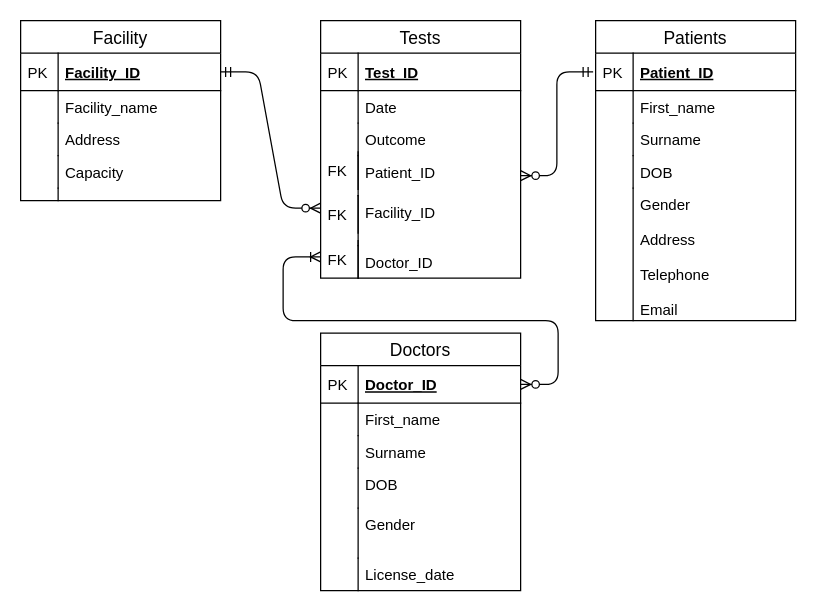
This is Documents/ProjectERD.drawio from HMatthewsQA/FundamentalProject, a draw.io file, before an edit. Source tidied: cells renumbered, new cells numbered last; positions are measured from the earlier drawing's top-left corner, leaving out a move shared by most shapes. Both pictures are drawn from the tidied source at 125%, with x=0, y=0 at pixel (20, 20).
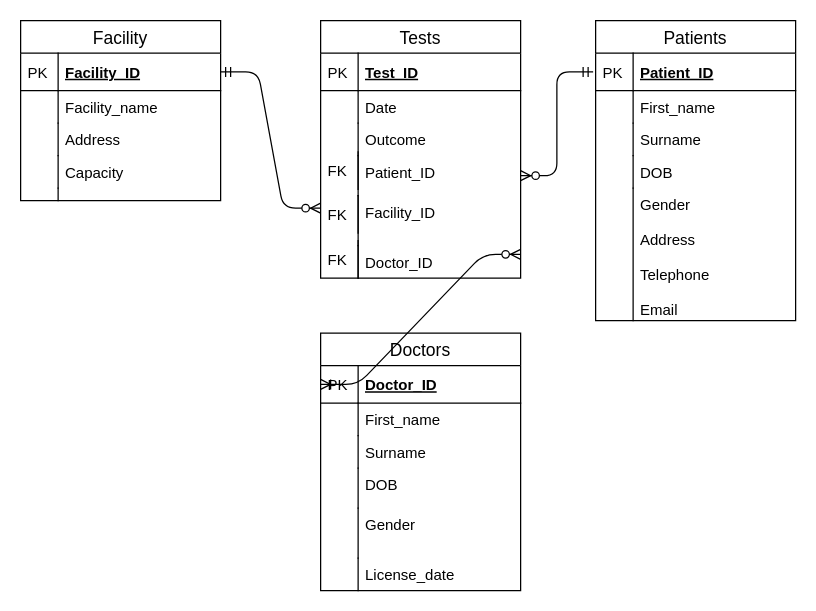
After the change.

The change refers to these unchanged cells:
```xml
<mxCell id="25" value="Doctor_ID" style="shape=partialRectangle;top=0;left=0;right=0;bottom=0;align=left;verticalAlign=top;fillColor=none;spacingLeft=34;spacingRight=4;overflow=hidden;points=[[0,0.5],[1,0.5]];portConstraint=eastwest;fontSize=12;" parent="14" vertex="1">
  <mxGeometry y="180" width="160" height="26" as="geometry" />
</mxCell>
<mxCell id="43" value="Doctor_ID" style="shape=partialRectangle;top=0;left=0;right=0;bottom=1;align=left;verticalAlign=middle;fillColor=none;spacingLeft=34;spacingRight=4;overflow=hidden;points=[[0,0.5],[1,0.5]];portConstraint=eastwest;fontStyle=5;fontSize=12;" parent="42" vertex="1">
  <mxGeometry y="26" width="160" height="30" as="geometry" />
</mxCell>
```

The edit, as a diff of the source:
```diff
@@
-    <mxCell id="55" style="edgeStyle=entityRelationEdgeStyle;fontSize=12;html=1;endArrow=ERoneToMany;startArrow=ERzeroToMany;exitX=1;exitY=0.5;exitDx=0;exitDy=0;" parent="1" edge="1" source="43">
-      <mxGeometry relative="1" as="geometry">
-        <mxPoint x="240" y="189" as="targetPoint" />
-      </mxGeometry>
+    <mxCell id="55" style="edgeStyle=entityRelationEdgeStyle;fontSize=12;html=1;endArrow=ERoneToMany;startArrow=ERzeroToMany;exitX=1;exitY=0.269;exitDx=0;exitDy=0;exitPerimeter=0;entryX=0;entryY=0.5;entryDx=0;entryDy=0;" parent="1" edge="1" source="25" target="43">
+      <mxGeometry relative="1" as="geometry" />
     </mxCell>
```
